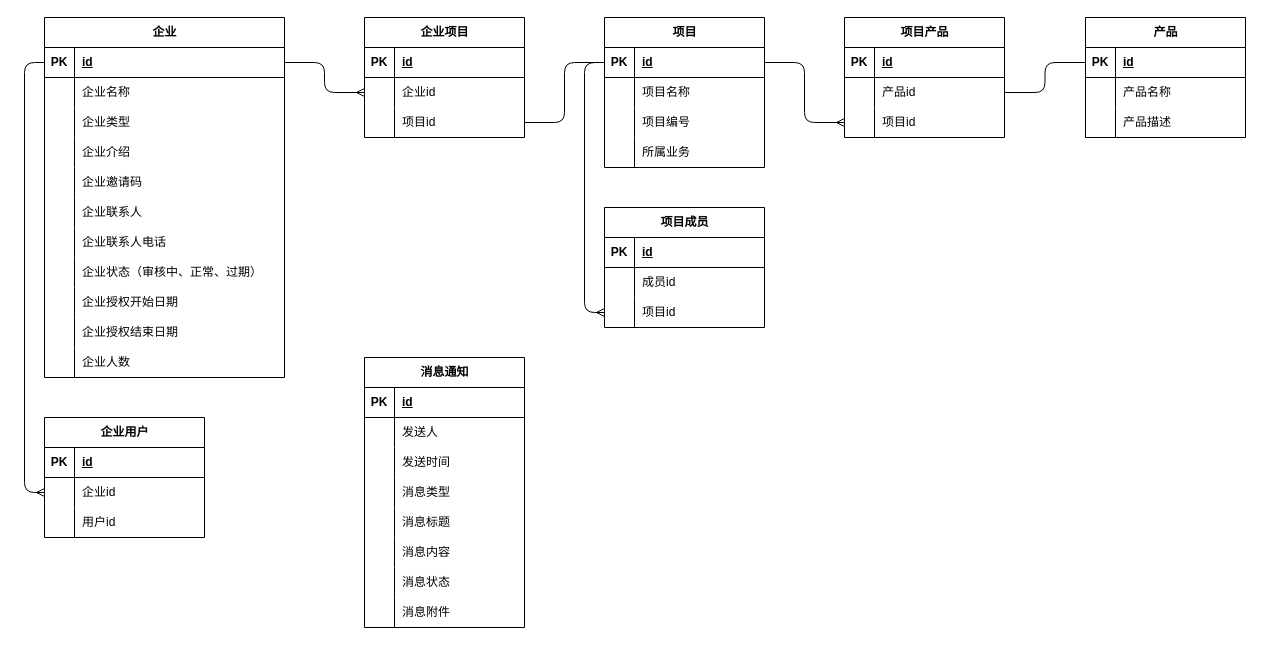
Before: page "E-R图" (1 of 3) of others/产品中心.drawio in Qunz/drawio, a draw.io diagram. Source tidied: cells renumbered, new cells numbered last; positions are measured from the earlier drawing's top-left corner, leaving out a move shared by most shapes. Both pictures are drawn from the tidied source at 100%, with x=0, y=0 at pixel (44, 17).
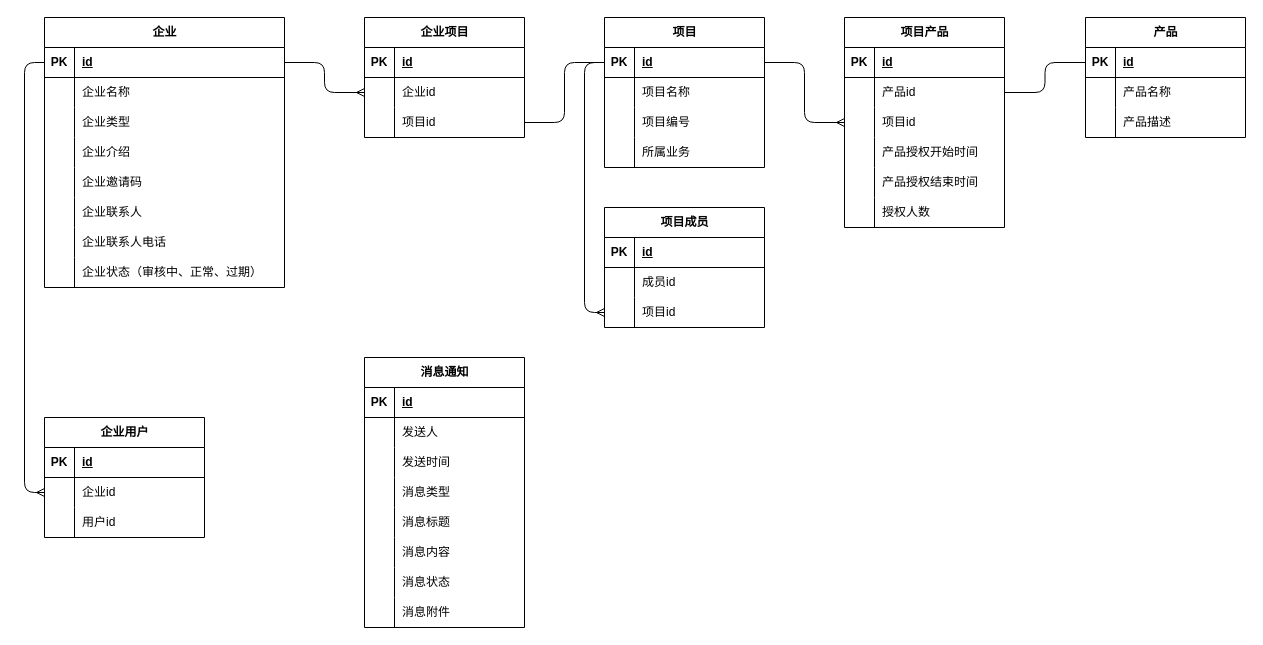
The same page after the edit.

The edit, as a diff of the source:
```diff
@@
     <mxCell id="2" value="企业" style="shape=table;startSize=30;childLayout=tableLayout;rowLines=0;fontStyle=1;align=center;html=1;" parent="1" vertex="1">
-      <mxGeometry width="240" height="360" as="geometry" />
+      <mxGeometry width="240" height="270" as="geometry" />
     </mxCell>
@@
-    <mxCell id="27" style="shape=tableRow;horizontal=0;startSize=0;swimlaneHead=0;swimlaneBody=0;fillColor=none;top=0;left=0;right=0;bottom=0;" parent="2" vertex="1">
-      <mxGeometry y="270" width="240" height="30" as="geometry" />
-    </mxCell>
-    <mxCell id="28" style="shape=partialRectangle;fillColor=none;top=0;left=0;bottom=0;right=0;overflow=hidden;whiteSpace=wrap;html=1;" parent="27" vertex="1">
-      <mxGeometry width="30" height="30" as="geometry" />
-    </mxCell>
-    <mxCell id="29" value="企业授权开始日期" style="shape=partialRectangle;fillColor=none;top=0;left=0;bottom=0;right=0;align=left;spacingLeft=6;overflow=hidden;whiteSpace=wrap;html=1;" parent="27" vertex="1">
-      <mxGeometry x="30" width="210" height="30" as="geometry" />
-    </mxCell>
-    <mxCell id="30" style="shape=tableRow;horizontal=0;startSize=0;swimlaneHead=0;swimlaneBody=0;fillColor=none;top=0;left=0;right=0;bottom=0;" parent="2" vertex="1">
-      <mxGeometry y="300" width="240" height="30" as="geometry" />
-    </mxCell>
-    <mxCell id="31" style="shape=partialRectangle;fillColor=none;top=0;left=0;bottom=0;right=0;overflow=hidden;whiteSpace=wrap;html=1;" parent="30" vertex="1">
-      <mxGeometry width="30" height="30" as="geometry" />
-    </mxCell>
-    <mxCell id="32" value="企业授权结束日期" style="shape=partialRectangle;fillColor=none;top=0;left=0;bottom=0;right=0;align=left;spacingLeft=6;overflow=hidden;whiteSpace=wrap;html=1;" parent="30" vertex="1">
-      <mxGeometry x="30" width="210" height="30" as="geometry" />
-    </mxCell>
-    <mxCell id="33" style="shape=tableRow;horizontal=0;startSize=0;swimlaneHead=0;swimlaneBody=0;fillColor=none;top=0;left=0;right=0;bottom=0;" parent="2" vertex="1">
-      <mxGeometry y="330" width="240" height="30" as="geometry" />
-    </mxCell>
-    <mxCell id="34" style="shape=partialRectangle;fillColor=none;top=0;left=0;bottom=0;right=0;overflow=hidden;whiteSpace=wrap;html=1;" parent="33" vertex="1">
-      <mxGeometry width="30" height="30" as="geometry" />
-    </mxCell>
-    <mxCell id="35" value="企业人数" style="shape=partialRectangle;fillColor=none;top=0;left=0;bottom=0;right=0;align=left;spacingLeft=6;overflow=hidden;whiteSpace=wrap;html=1;" parent="33" vertex="1">
-      <mxGeometry x="30" width="210" height="30" as="geometry" />
-    </mxCell>
@@
     <mxCell id="59" value="项目产品" style="shape=table;startSize=30;childLayout=tableLayout;rowLines=0;fontStyle=1;align=center;html=1;" parent="1" vertex="1">
-      <mxGeometry x="800" width="160" height="120" as="geometry" />
+      <mxGeometry x="800" width="160" height="210" as="geometry" />
     </mxCell>
@@
+    <mxCell id="130" style="shape=tableRow;horizontal=0;startSize=0;swimlaneHead=0;swimlaneBody=0;fillColor=none;top=0;left=0;right=0;bottom=0;" parent="59" vertex="1">
+      <mxGeometry y="120" width="160" height="30" as="geometry" />
+    </mxCell>
+    <mxCell id="131" style="shape=partialRectangle;fillColor=none;top=0;left=0;bottom=0;right=0;overflow=hidden;whiteSpace=wrap;html=1;" parent="130" vertex="1">
+      <mxGeometry width="30" height="30" as="geometry" />
+    </mxCell>
+    <mxCell id="132" value="产品授权开始时间" style="shape=partialRectangle;fillColor=none;top=0;left=0;bottom=0;right=0;align=left;spacingLeft=6;overflow=hidden;whiteSpace=wrap;html=1;" parent="130" vertex="1">
+      <mxGeometry x="30" width="130" height="30" as="geometry" />
+    </mxCell>
+    <mxCell id="133" style="shape=tableRow;horizontal=0;startSize=0;swimlaneHead=0;swimlaneBody=0;fillColor=none;top=0;left=0;right=0;bottom=0;" parent="59" vertex="1">
+      <mxGeometry y="150" width="160" height="30" as="geometry" />
+    </mxCell>
+    <mxCell id="134" style="shape=partialRectangle;fillColor=none;top=0;left=0;bottom=0;right=0;overflow=hidden;whiteSpace=wrap;html=1;" parent="133" vertex="1">
+      <mxGeometry width="30" height="30" as="geometry" />
+    </mxCell>
+    <mxCell id="135" value="产品授权结束时间" style="shape=partialRectangle;fillColor=none;top=0;left=0;bottom=0;right=0;align=left;spacingLeft=6;overflow=hidden;whiteSpace=wrap;html=1;" parent="133" vertex="1">
+      <mxGeometry x="30" width="130" height="30" as="geometry" />
+    </mxCell>
+    <mxCell id="136" style="shape=tableRow;horizontal=0;startSize=0;swimlaneHead=0;swimlaneBody=0;fillColor=none;top=0;left=0;right=0;bottom=0;" parent="59" vertex="1">
+      <mxGeometry y="180" width="160" height="30" as="geometry" />
+    </mxCell>
+    <mxCell id="137" style="shape=partialRectangle;fillColor=none;top=0;left=0;bottom=0;right=0;overflow=hidden;whiteSpace=wrap;html=1;" parent="136" vertex="1">
+      <mxGeometry width="30" height="30" as="geometry" />
+    </mxCell>
+    <mxCell id="138" value="授权人数" style="shape=partialRectangle;fillColor=none;top=0;left=0;bottom=0;right=0;align=left;spacingLeft=6;overflow=hidden;whiteSpace=wrap;html=1;" parent="136" vertex="1">
+      <mxGeometry x="30" width="130" height="30" as="geometry" />
+    </mxCell>
```
